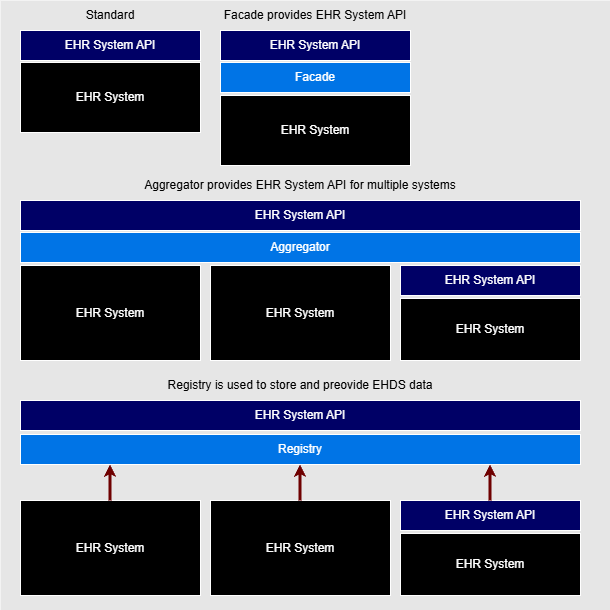
Earlier version of the draw.io export input/images/deployment-options.drawio.png (euridice-org/jwg-api). Source tidied: cells renumbered, new cells last; positions are measured from the earlier drawing's top-left corner, leaving out a move shared by most shapes. Source of this version:
```xml
<mxGraphModel>
  <root>
    <mxCell id="0" />
    <mxCell id="1" parent="0" />
    <mxCell id="2" style="whiteSpace=wrap;html=1;fillColor=#E6E6E6;strokeColor=none;" parent="1" vertex="1">
      <mxGeometry width="610" height="610" as="geometry" />
    </mxCell>
    <mxCell id="3" value="&lt;font color=&quot;#ffffff&quot;&gt;EHR System API&lt;/font&gt;" style="whiteSpace=wrap;html=1;strokeColor=#FFFFFF;fillColor=#000066;" parent="1" vertex="1">
      <mxGeometry x="20" y="30" width="180" height="30" as="geometry" />
    </mxCell>
    <mxCell id="4" value="&lt;font color=&quot;#ffffff&quot;&gt;EHR System&lt;/font&gt;" style="whiteSpace=wrap;html=1;strokeColor=#FFFFFF;fillColor=#000000;" parent="1" vertex="1">
      <mxGeometry x="20" y="62" width="180" height="70" as="geometry" />
    </mxCell>
    <mxCell id="5" value="&lt;font color=&quot;#ffffff&quot;&gt;EHR System API&lt;/font&gt;" style="whiteSpace=wrap;html=1;strokeColor=#FFFFFF;fillColor=#000066;" parent="1" vertex="1">
      <mxGeometry x="220" y="30" width="190" height="30" as="geometry" />
    </mxCell>
    <mxCell id="6" value="&lt;font color=&quot;#ffffff&quot;&gt;EHR System&lt;/font&gt;" style="whiteSpace=wrap;html=1;strokeColor=#FFFFFF;fillColor=#000000;" parent="1" vertex="1">
      <mxGeometry x="220" y="95" width="190" height="70" as="geometry" />
    </mxCell>
    <mxCell id="7" value="&lt;font color=&quot;#ffffff&quot;&gt;Facade&lt;/font&gt;" style="whiteSpace=wrap;html=1;strokeColor=#FFFFFF;fillColor=#0074E6;" parent="1" vertex="1">
      <mxGeometry x="220" y="62" width="190" height="30" as="geometry" />
    </mxCell>
    <mxCell id="8" value="&lt;font color=&quot;#ffffff&quot;&gt;EHR System API&lt;/font&gt;" style="whiteSpace=wrap;html=1;strokeColor=#FFFFFF;fillColor=#000066;" parent="1" vertex="1">
      <mxGeometry x="20" y="200" width="560" height="30" as="geometry" />
    </mxCell>
    <mxCell id="9" value="&lt;font color=&quot;#ffffff&quot;&gt;EHR System&lt;/font&gt;" style="whiteSpace=wrap;html=1;strokeColor=#FFFFFF;fillColor=#000000;" parent="1" vertex="1">
      <mxGeometry x="20" y="265" width="180" height="95" as="geometry" />
    </mxCell>
    <mxCell id="10" value="&lt;font color=&quot;#ffffff&quot;&gt;Aggregator&lt;/font&gt;" style="whiteSpace=wrap;html=1;strokeColor=#FFFFFF;fillColor=#0074E6;" parent="1" vertex="1">
      <mxGeometry x="20" y="232" width="560" height="30" as="geometry" />
    </mxCell>
    <mxCell id="11" value="&lt;font color=&quot;#ffffff&quot;&gt;EHR System&lt;/font&gt;" style="whiteSpace=wrap;html=1;strokeColor=#FFFFFF;fillColor=#000000;" parent="1" vertex="1">
      <mxGeometry x="210" y="265" width="180" height="95" as="geometry" />
    </mxCell>
    <mxCell id="12" value="&lt;font color=&quot;#ffffff&quot;&gt;EHR System&lt;/font&gt;" style="whiteSpace=wrap;html=1;strokeColor=#FFFFFF;fillColor=#000000;" parent="1" vertex="1">
      <mxGeometry x="400" y="298" width="180" height="62" as="geometry" />
    </mxCell>
    <mxCell id="13" value="&lt;font color=&quot;#ffffff&quot;&gt;EHR System API&lt;/font&gt;" style="whiteSpace=wrap;html=1;strokeColor=#FFFFFF;fillColor=#000066;" parent="1" vertex="1">
      <mxGeometry x="400" y="265" width="180" height="30" as="geometry" />
    </mxCell>
    <mxCell id="14" value="&lt;font color=&quot;#ffffff&quot;&gt;EHR System API&lt;/font&gt;" style="whiteSpace=wrap;html=1;strokeColor=#FFFFFF;fillColor=#000066;" parent="1" vertex="1">
      <mxGeometry x="20" y="400" width="560" height="30" as="geometry" />
    </mxCell>
    <mxCell id="15" value="&lt;font color=&quot;#ffffff&quot;&gt;EHR System&lt;/font&gt;" style="whiteSpace=wrap;html=1;strokeColor=#FFFFFF;fillColor=#000000;" parent="1" vertex="1">
      <mxGeometry x="20" y="500" width="180" height="95" as="geometry" />
    </mxCell>
    <mxCell id="16" value="&lt;font color=&quot;#ffffff&quot;&gt;EHR System&lt;/font&gt;" style="whiteSpace=wrap;html=1;strokeColor=#FFFFFF;fillColor=#000000;" parent="1" vertex="1">
      <mxGeometry x="210" y="500" width="180" height="95" as="geometry" />
    </mxCell>
    <mxCell id="17" value="&lt;font color=&quot;#ffffff&quot;&gt;EHR System&lt;/font&gt;" style="whiteSpace=wrap;html=1;strokeColor=#FFFFFF;fillColor=#000000;" parent="1" vertex="1">
      <mxGeometry x="400" y="533" width="180" height="62" as="geometry" />
    </mxCell>
    <mxCell id="18" value="&lt;font color=&quot;#ffffff&quot;&gt;EHR System API&lt;/font&gt;" style="whiteSpace=wrap;html=1;strokeColor=#FFFFFF;fillColor=#000066;" parent="1" vertex="1">
      <mxGeometry x="400" y="500" width="180" height="30" as="geometry" />
    </mxCell>
    <mxCell id="19" value="&lt;font color=&quot;#ffffff&quot;&gt;Registry&lt;/font&gt;" style="whiteSpace=wrap;html=1;strokeColor=#FFFFFF;fillColor=#0074E6;" parent="1" vertex="1">
      <mxGeometry x="20" y="434" width="560" height="30" as="geometry" />
    </mxCell>
    <mxCell id="20" style="endArrow=classic;startArrow=none;html=1;fillColor=#a20025;strokeColor=#6F0000;strokeWidth=3;endSize=3;startSize=3;startFill=0;" parent="1" edge="1">
      <mxGeometry relative="1" as="geometry">
        <mxPoint x="109.5" y="500" as="sourcePoint" />
        <mxPoint x="109.5" y="464" as="targetPoint" />
      </mxGeometry>
    </mxCell>
    <mxCell id="21" style="endArrow=classic;startArrow=none;html=1;fillColor=#a20025;strokeColor=#6F0000;strokeWidth=3;endSize=3;startSize=3;startFill=0;" parent="1" edge="1">
      <mxGeometry relative="1" as="geometry">
        <mxPoint x="299.5" y="500" as="sourcePoint" />
        <mxPoint x="299.5" y="464" as="targetPoint" />
      </mxGeometry>
    </mxCell>
    <mxCell id="22" style="endArrow=classic;startArrow=none;html=1;fillColor=#a20025;strokeColor=#6F0000;strokeWidth=3;endSize=3;startSize=3;startFill=0;" parent="1" edge="1">
      <mxGeometry relative="1" as="geometry">
        <mxPoint x="489.5" y="500" as="sourcePoint" />
        <mxPoint x="489.5" y="464" as="targetPoint" />
      </mxGeometry>
    </mxCell>
    <mxCell id="23" value="&lt;font style=&quot;font-size: 12px;&quot;&gt;Standard&lt;/font&gt;" style="text;html=1;align=center;verticalAlign=middle;whiteSpace=wrap;rounded=0;" parent="1" vertex="1">
      <mxGeometry x="80" width="60" height="30" as="geometry" />
    </mxCell>
    <mxCell id="24" value="&lt;font style=&quot;font-size: 12px;&quot;&gt;Facade provides EHR System API&lt;/font&gt;" style="text;html=1;align=center;verticalAlign=middle;whiteSpace=wrap;rounded=0;" parent="1" vertex="1">
      <mxGeometry x="220" width="190" height="30" as="geometry" />
    </mxCell>
    <mxCell id="25" value="Aggregator provides EHR System API for multiple systems" style="text;html=1;align=center;verticalAlign=middle;whiteSpace=wrap;rounded=0;" parent="1" vertex="1">
      <mxGeometry x="20" y="170" width="560" height="30" as="geometry" />
    </mxCell>
    <mxCell id="26" value="Registry is used to store and preovide EHDS data" style="text;html=1;align=center;verticalAlign=middle;whiteSpace=wrap;rounded=0;" parent="1" vertex="1">
      <mxGeometry x="20" y="370" width="560" height="30" as="geometry" />
    </mxCell>
  </root>
</mxGraphModel>
```
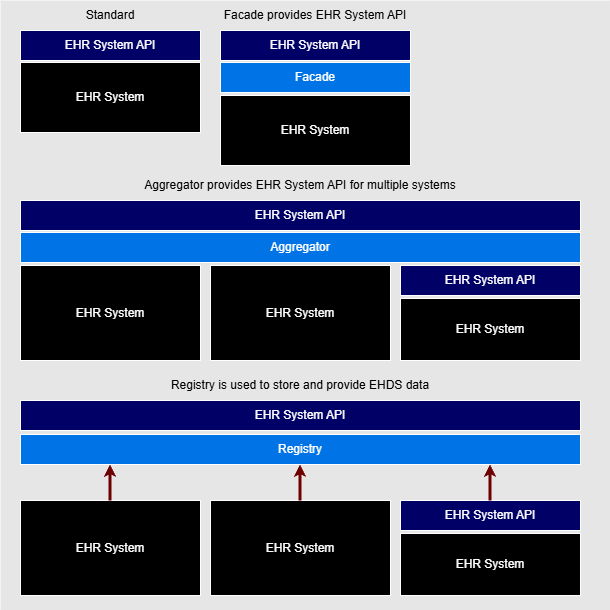
After the change.

Change to the diagram source:
```diff
@@ -83,7 +83,7 @@
     <mxCell id="25" value="Aggregator provides EHR System API for multiple systems" style="text;html=1;align=center;verticalAlign=middle;whiteSpace=wrap;rounded=0;" parent="1" vertex="1">
       <mxGeometry x="20" y="170" width="560" height="30" as="geometry" />
     </mxCell>
-    <mxCell id="26" value="Registry is used to store and preovide EHDS data" style="text;html=1;align=center;verticalAlign=middle;whiteSpace=wrap;rounded=0;" parent="1" vertex="1">
+    <mxCell id="26" value="Registry is used to store and provide EHDS data" style="text;html=1;align=center;verticalAlign=middle;whiteSpace=wrap;rounded=0;" parent="1" vertex="1">
       <mxGeometry x="20" y="370" width="560" height="30" as="geometry" />
     </mxCell>
   </root>
```
